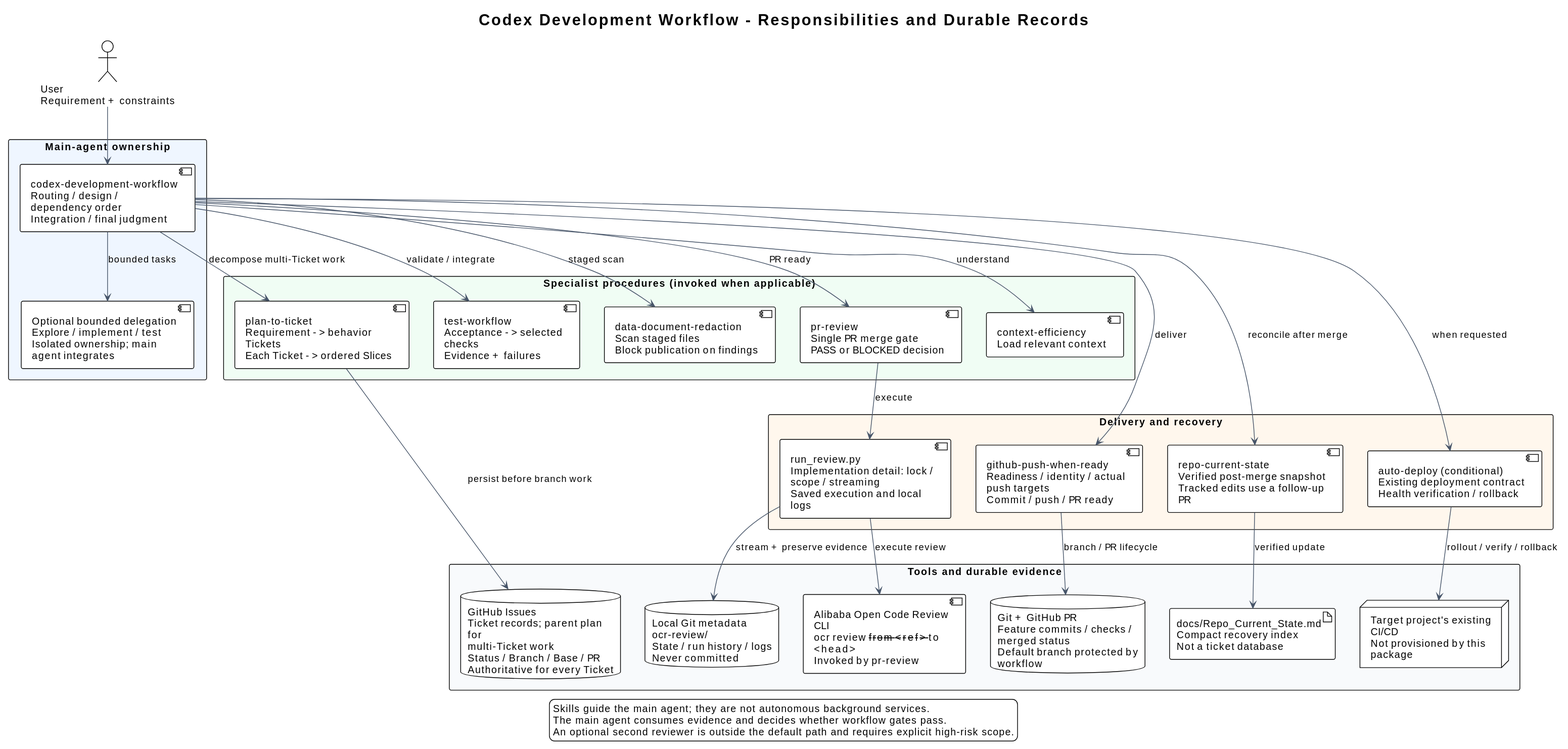
i-zrhe2016/codex-development-workflow keeps this PlantUML diagram as docs/diagrams/components.svg. Above is the earlier version.
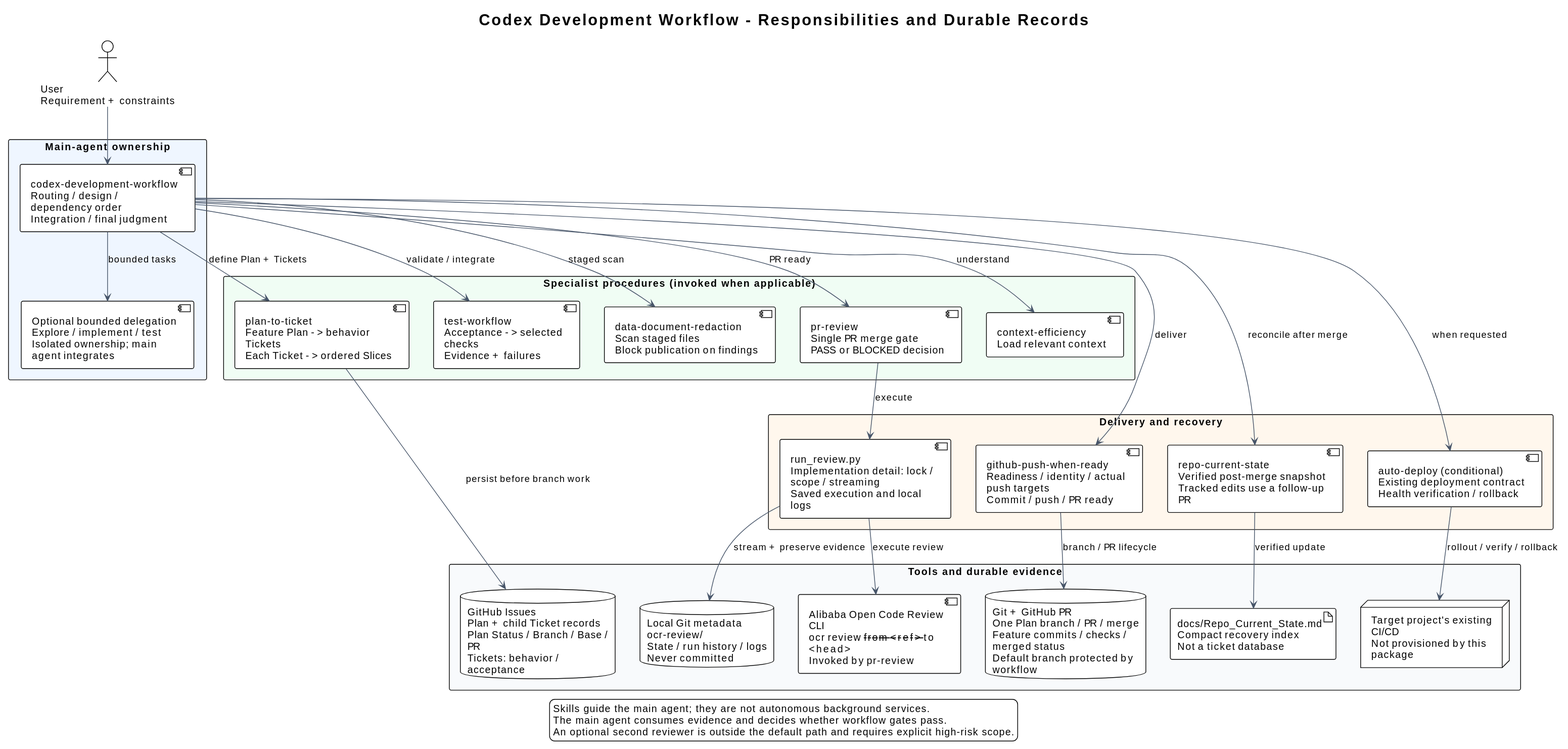
Above is the later version.

Diff of the diagram source:
```diff
@@ -15,7 +15,7 @@
 }
 package "Specialist procedures (invoked when applicable)" #F0FDF4 {
   component "context-efficiency\nLoad relevant context" as context
-  component "plan-to-ticket\nRequirement -> behavior Tickets\nEach Ticket -> ordered Slices" as plan
+  component "plan-to-ticket\nFeature Plan -> behavior Tickets\nEach Ticket -> ordered Slices" as plan
   component "test-workflow\nAcceptance -> selected checks\nEvidence + failures" as tests
   component "data-document-redaction\nScan staged files\nBlock publication on findings" as redact
   component "pr-review\nSingle PR merge gate\nPASS or BLOCKED decision" as review
@@ -27,8 +27,8 @@
   component "auto-deploy (conditional)\nExisting deployment contract\nHealth verification / rollback" as deploy
 }
 package "Tools and durable evidence" #F8FAFC {
-  database "GitHub Issues\nTicket records; parent plan for\nmulti-Ticket work\nStatus / Branch / Base / PR\nAuthoritative for every Ticket" as issues
-  database "Git + GitHub PR\nFeature commits / checks / merged status\nDefault branch protected by workflow" as github
+  database "GitHub Issues\nPlan + child Ticket records\nPlan Status / Branch / Base / PR\nTickets: behavior / acceptance" as issues
+  database "Git + GitHub PR\nOne Plan branch / PR / merge\nFeature commits / checks / merged status\nDefault branch protected by workflow" as github
   component "Alibaba Open Code Review CLI\nocr review --from <ref> --to <head>\nInvoked by pr-review" as cli
   database "Local Git metadata\nocr-review/\nState / run history / logs\nNever committed" as logs
   artifact "docs/Repo_Current_State.md\nCompact recovery index\nNot a ticket database" as snapshot
@@ -38,7 +38,7 @@
 user --> main
 main --> delegates : bounded tasks
 main --> context : understand
-main --> plan : decompose multi-Ticket work
+main --> plan : define Plan + Tickets
 main --> tests : validate / integrate
 main --> redact : staged scan
 main --> publish : deliver
```
